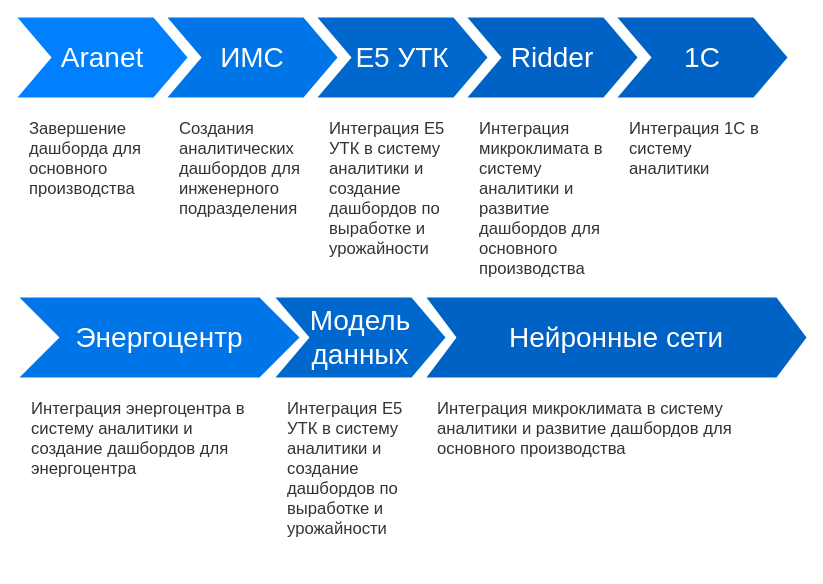
The draw.io diagram Untitled Diagram.drawio in Valery310/Diagrams, before the edit. Source tidied: cells renumbered, new cells numbered last; positions are measured from the earlier drawing's top-left corner, leaving out a move shared by most shapes. Both pictures are drawn from the tidied source at 100%, with x=0, y=0 at pixel (17, 17).
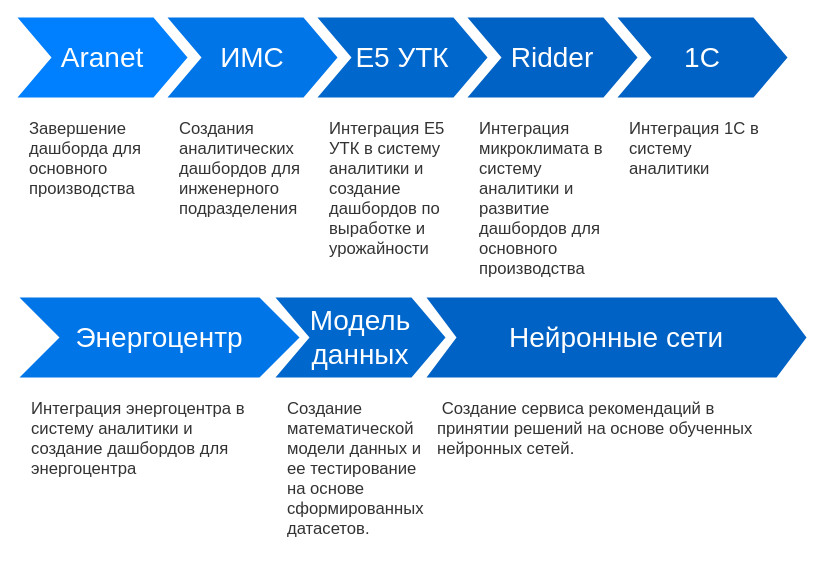
The same diagram, later.

What changed in the source:
```diff
@@
 <mxGraphModel>
   <root>
     <mxCell id="0" />
     <mxCell id="1" parent="0" />
     <mxCell id="2" value="Aranet" style="shape=step;whiteSpace=wrap;html=1;fontSize=28;fillColor=#0080FF;fontColor=#FFFFFF;strokeColor=none;" parent="1" vertex="1">
       <mxGeometry width="170" height="80" as="geometry" />
     </mxCell>
     <mxCell id="3" value="ИМС" style="shape=step;whiteSpace=wrap;html=1;fontSize=28;fillColor=#0075E8;fontColor=#FFFFFF;strokeColor=none;" parent="1" vertex="1">
       <mxGeometry x="150" width="170" height="80" as="geometry" />
     </mxCell>
     <mxCell id="4" value="Е5 УТК" style="shape=step;whiteSpace=wrap;html=1;fontSize=28;fillColor=#0067CC;fontColor=#FFFFFF;strokeColor=none;" parent="1" vertex="1">
       <mxGeometry x="300" width="170" height="80" as="geometry" />
     </mxCell>
     <mxCell id="5" value="Ridder" style="shape=step;whiteSpace=wrap;html=1;fontSize=28;fillColor=#0062C4;fontColor=#FFFFFF;strokeColor=none;" parent="1" vertex="1">
       <mxGeometry x="450" width="170" height="80" as="geometry" />
     </mxCell>
     <mxCell id="6" value="&lt;span data-lucid-content=&quot;{&amp;quot;t&amp;quot;:&amp;quot;Завершение дашборда для основного производства&amp;quot;,&amp;quot;m&amp;quot;:[{&amp;quot;s&amp;quot;:0,&amp;quot;n&amp;quot;:&amp;quot;s&amp;quot;,&amp;quot;v&amp;quot;:22.22222222222222,&amp;quot;e&amp;quot;:46},{&amp;quot;s&amp;quot;:0,&amp;quot;n&amp;quot;:&amp;quot;c&amp;quot;,&amp;quot;v&amp;quot;:&amp;quot;333333ff&amp;quot;,&amp;quot;e&amp;quot;:46}]}&quot;&gt;&lt;span style=&quot;font-size:16.666666666666664px;color:#333333;&quot;&gt;Завершение дашборда для основного производства&lt;/span&gt;&lt;/span&gt;&lt;br&gt;" style="text;spacingTop=-5;fillColor=#ffffff;whiteSpace=wrap;html=1;align=left;fontSize=12;fontFamily=Helvetica;fillColor=none;strokeColor=none;" parent="1" vertex="1">
       <mxGeometry x="10" y="100" width="140" height="100" as="geometry" />
     </mxCell>
     <mxCell id="7" value="&lt;span data-lucid-content=&quot;{&amp;quot;t&amp;quot;:&amp;quot;Создания аналитических дашбордов для инженерного подразделения&amp;quot;,&amp;quot;m&amp;quot;:[{&amp;quot;s&amp;quot;:0,&amp;quot;n&amp;quot;:&amp;quot;s&amp;quot;,&amp;quot;v&amp;quot;:22.22222222222222,&amp;quot;e&amp;quot;:62},{&amp;quot;s&amp;quot;:0,&amp;quot;n&amp;quot;:&amp;quot;c&amp;quot;,&amp;quot;v&amp;quot;:&amp;quot;333333ff&amp;quot;,&amp;quot;e&amp;quot;:62}]}&quot;&gt;&lt;span style=&quot;font-size:16.666666666666664px;color:#333333;&quot;&gt;Создания аналитических дашбордов для инженерного подразделения&lt;/span&gt;&lt;/span&gt;" style="text;spacingTop=-5;fillColor=#ffffff;whiteSpace=wrap;html=1;align=left;fontSize=12;fontFamily=Helvetica;fillColor=none;strokeColor=none;" parent="1" vertex="1">
       <mxGeometry x="160" y="100" width="140" height="100" as="geometry" />
     </mxCell>
     <mxCell id="8" value="&lt;span data-lucid-content=&quot;{&amp;quot;t&amp;quot;:&amp;quot;Интеграция Е5 УТК в систему аналитики и создание дашбордов по выработке и урожайности&amp;quot;,&amp;quot;m&amp;quot;:[{&amp;quot;s&amp;quot;:0,&amp;quot;n&amp;quot;:&amp;quot;s&amp;quot;,&amp;quot;v&amp;quot;:22.22222222222222,&amp;quot;e&amp;quot;:85},{&amp;quot;s&amp;quot;:0,&amp;quot;n&amp;quot;:&amp;quot;c&amp;quot;,&amp;quot;v&amp;quot;:&amp;quot;333333ff&amp;quot;,&amp;quot;e&amp;quot;:85}]}&quot;&gt;&lt;span style=&quot;font-size:16.666666666666664px;color:#333333;&quot;&gt;Интеграция Е5 УТК в систему аналитики и создание дашбордов по выработке и урожайности&lt;/span&gt;&lt;/span&gt;" style="text;spacingTop=-5;fillColor=#ffffff;whiteSpace=wrap;html=1;align=left;fontSize=12;fontFamily=Helvetica;fillColor=none;strokeColor=none;" parent="1" vertex="1">
       <mxGeometry x="310" y="100" width="140" height="150" as="geometry" />
     </mxCell>
     <mxCell id="9" value="&lt;span data-lucid-content=&quot;{&amp;quot;t&amp;quot;:&amp;quot;Интеграция микроклимата в систему аналитики и развитие дашбордов для основного производства&amp;quot;,&amp;quot;m&amp;quot;:[{&amp;quot;s&amp;quot;:0,&amp;quot;n&amp;quot;:&amp;quot;s&amp;quot;,&amp;quot;v&amp;quot;:22.22222222222222,&amp;quot;e&amp;quot;:91},{&amp;quot;s&amp;quot;:0,&amp;quot;n&amp;quot;:&amp;quot;c&amp;quot;,&amp;quot;v&amp;quot;:&amp;quot;333333ff&amp;quot;,&amp;quot;e&amp;quot;:91}]}&quot;&gt;&lt;span style=&quot;font-size:16.666666666666664px;color:#333333;&quot;&gt;Интеграция микроклимата в систему аналитики и развитие дашбордов для основного производства&lt;/span&gt;&lt;/span&gt;" style="text;spacingTop=-5;fillColor=#ffffff;whiteSpace=wrap;html=1;align=left;fontSize=12;fontFamily=Helvetica;fillColor=none;strokeColor=none;" parent="1" vertex="1">
       <mxGeometry x="460" y="100" width="140" height="170" as="geometry" />
     </mxCell>
     <mxCell id="10" value="Энергоцентр" style="shape=step;whiteSpace=wrap;html=1;fontSize=28;fillColor=#0075E8;fontColor=#FFFFFF;strokeColor=none;size=0.14285714285714285;" parent="1" vertex="1">
       <mxGeometry x="2" y="280" width="280" height="80" as="geometry" />
     </mxCell>
     <mxCell id="11" value="Модель данных" style="shape=step;whiteSpace=wrap;html=1;fontSize=28;fillColor=#0067CC;fontColor=#FFFFFF;strokeColor=none;" parent="1" vertex="1">
       <mxGeometry x="258" y="280" width="170" height="80" as="geometry" />
     </mxCell>
     <mxCell id="12" value="Нейронные сети" style="shape=step;whiteSpace=wrap;html=1;fontSize=28;fillColor=#0062C4;fontColor=#FFFFFF;strokeColor=none;size=0.07894736842105263;" parent="1" vertex="1">
       <mxGeometry x="409" y="280" width="380" height="80" as="geometry" />
     </mxCell>
     <mxCell id="13" value="&lt;span style=&quot;color: rgb(51, 51, 51); font-size: 16.6667px;&quot;&gt;Интеграция энергоцентра в систему аналитики и создание дашбордов для энергоцентра&lt;/span&gt;" style="text;spacingTop=-5;fillColor=#ffffff;whiteSpace=wrap;html=1;align=left;fontSize=12;fontFamily=Helvetica;fillColor=none;strokeColor=none;" parent="1" vertex="1">
       <mxGeometry x="12" y="380" width="238" height="150" as="geometry" />
     </mxCell>
-    <mxCell id="14" value="&lt;span data-lucid-content=&quot;{&amp;quot;t&amp;quot;:&amp;quot;Интеграция Е5 УТК в систему аналитики и создание дашбордов по выработке и урожайности&amp;quot;,&amp;quot;m&amp;quot;:[{&amp;quot;s&amp;quot;:0,&amp;quot;n&amp;quot;:&amp;quot;s&amp;quot;,&amp;quot;v&amp;quot;:22.22222222222222,&amp;quot;e&amp;quot;:85},{&amp;quot;s&amp;quot;:0,&amp;quot;n&amp;quot;:&amp;quot;c&amp;quot;,&amp;quot;v&amp;quot;:&amp;quot;333333ff&amp;quot;,&amp;quot;e&amp;quot;:85}]}&quot;&gt;&lt;span style=&quot;font-size:16.666666666666664px;color:#333333;&quot;&gt;Интеграция Е5 УТК в систему аналитики и создание дашбордов по выработке и урожайности&lt;/span&gt;&lt;/span&gt;" style="text;spacingTop=-5;fillColor=#ffffff;whiteSpace=wrap;html=1;align=left;fontSize=12;fontFamily=Helvetica;fillColor=none;strokeColor=none;" parent="1" vertex="1">
+    <mxCell id="14" value="&lt;span style=&quot;color: rgb(51, 51, 51); font-size: 16.6667px;&quot;&gt;Создание математической модели данных и ее тестирование на основе сформированных датасетов.&lt;/span&gt;" style="text;spacingTop=-5;fillColor=#ffffff;whiteSpace=wrap;html=1;align=left;fontSize=12;fontFamily=Helvetica;fillColor=none;strokeColor=none;" parent="1" vertex="1">
       <mxGeometry x="268" y="380" width="140" height="150" as="geometry" />
     </mxCell>
-    <mxCell id="15" value="&lt;span data-lucid-content=&quot;{&amp;quot;t&amp;quot;:&amp;quot;Интеграция микроклимата в систему аналитики и развитие дашбордов для основного производства&amp;quot;,&amp;quot;m&amp;quot;:[{&amp;quot;s&amp;quot;:0,&amp;quot;n&amp;quot;:&amp;quot;s&amp;quot;,&amp;quot;v&amp;quot;:22.22222222222222,&amp;quot;e&amp;quot;:91},{&amp;quot;s&amp;quot;:0,&amp;quot;n&amp;quot;:&amp;quot;c&amp;quot;,&amp;quot;v&amp;quot;:&amp;quot;333333ff&amp;quot;,&amp;quot;e&amp;quot;:91}]}&quot;&gt;&lt;span style=&quot;font-size:16.666666666666664px;color:#333333;&quot;&gt;Интеграция микроклимата в систему аналитики и развитие дашбордов для основного производства&lt;/span&gt;&lt;/span&gt;" style="text;spacingTop=-5;fillColor=#ffffff;whiteSpace=wrap;html=1;align=left;fontSize=12;fontFamily=Helvetica;fillColor=none;strokeColor=none;" parent="1" vertex="1">
+    <mxCell id="15" value="&lt;font color=&quot;#333333&quot;&gt;&lt;span style=&quot;font-size: 16.6667px;&quot;&gt;&amp;nbsp;Создание сервиса рекомендаций в принятии решений на основе обученных нейронных сетей.&lt;/span&gt;&lt;/font&gt;" style="text;spacingTop=-5;fillColor=#ffffff;whiteSpace=wrap;html=1;align=left;fontSize=12;fontFamily=Helvetica;fillColor=none;strokeColor=none;" parent="1" vertex="1">
       <mxGeometry x="418" y="380" width="352" height="170" as="geometry" />
     </mxCell>
     <mxCell id="16" value="&lt;span style=&quot;color: rgb(51, 51, 51); font-size: 16.6667px;&quot;&gt;Интеграция 1С в систему аналитики&lt;/span&gt;" style="text;spacingTop=-5;fillColor=#ffffff;whiteSpace=wrap;html=1;align=left;fontSize=12;fontFamily=Helvetica;fillColor=none;strokeColor=none;" parent="1" vertex="1">
       <mxGeometry x="610" y="100" width="140" height="100" as="geometry" />
     </mxCell>
     <mxCell id="17" value="1С" style="shape=step;whiteSpace=wrap;html=1;fontSize=28;fillColor=#0062C4;fontColor=#FFFFFF;strokeColor=none;" parent="1" vertex="1">
       <mxGeometry x="600" width="170" height="80" as="geometry" />
     </mxCell>
   </root>
 </mxGraphModel>
```
